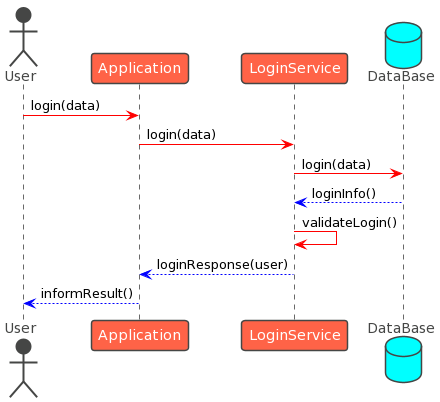
Above: docs/images/06-loginSecuencia.png in Arquisoft/wiq_es05c1 (PlantUML), before the change.
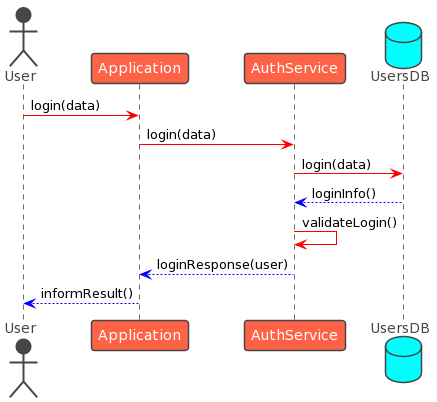
The same file after the commit.

Change to the diagram source:
```diff
@@ -4,8 +4,8 @@
 
 actor User
 participant Application as app
-participant LoginService as log
-database DataBase as db
+participant AuthService as log
+database UsersDB as db
 
 User -[#red]> app : login(data)
 app -[#red]> log : login(data)
```
